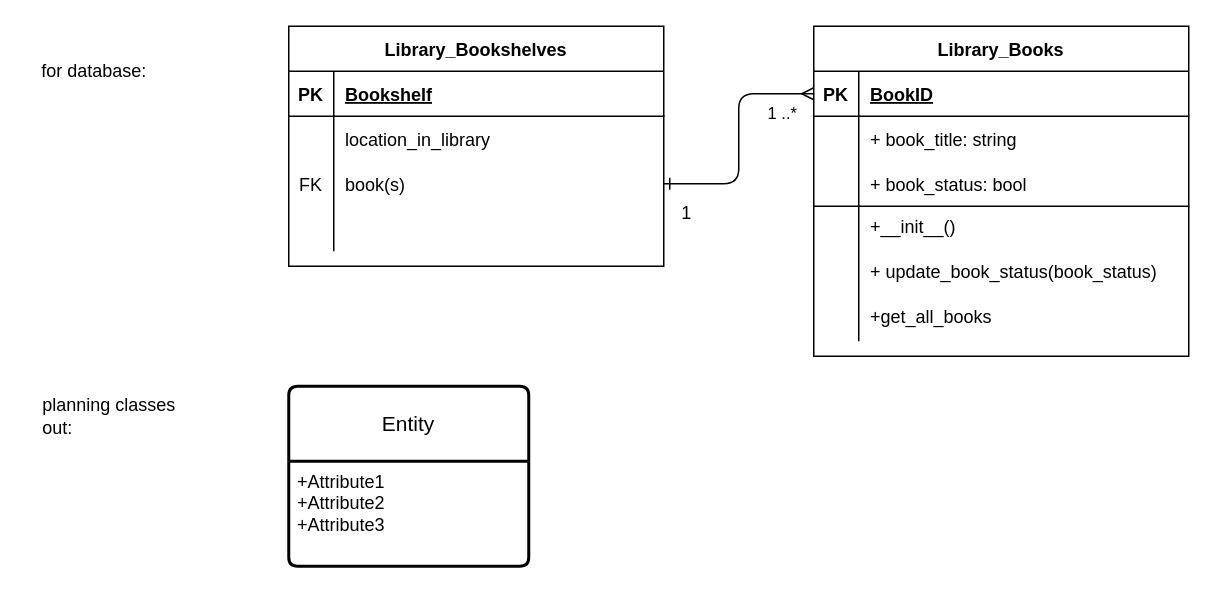
NotNanetteKaye/Week23-BEYONDFLEX keeps this draw.io diagram as GWC_autodesk/GWC.drawio. Above is the earlier version. Source tidied: cells renumbered, new cells numbered last; positions are measured from the earlier drawing's top-left corner, leaving out a move shared by most shapes. Both pictures are drawn from the tidied source at 150%, with x=0, y=0 at pixel (26, 26).
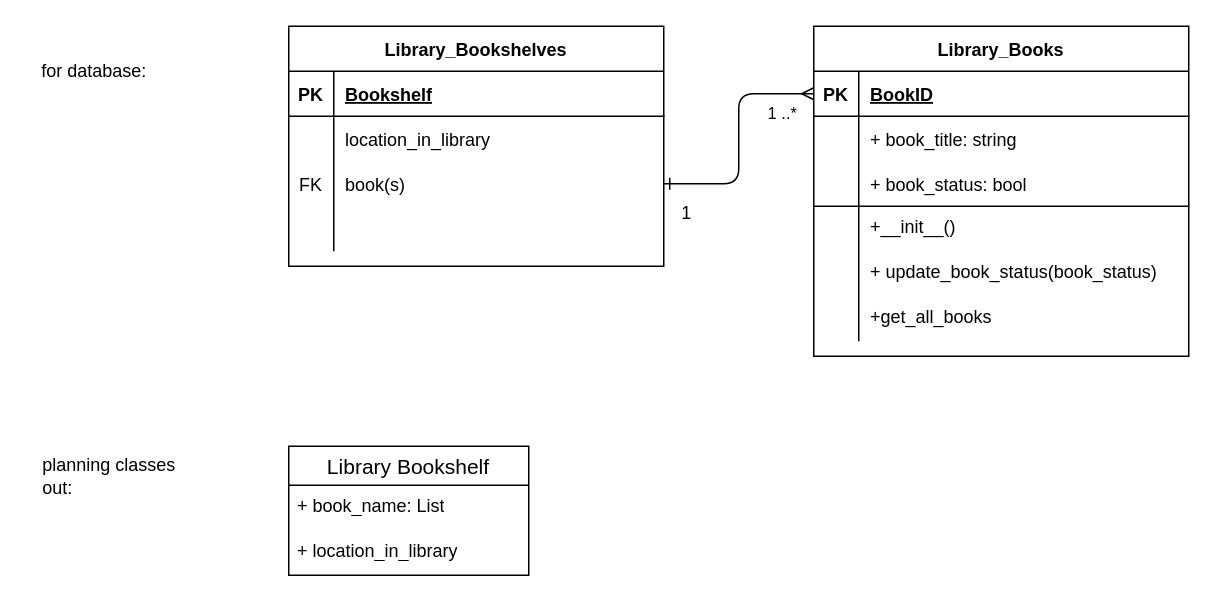
Above is the later version.

Commit message:
Created Library Bookshelf class

Diff of the diagram source:
```diff
@@
     <mxCell id="39" value="planning classes&lt;br&gt;&lt;div style=&quot;text-align: left;&quot;&gt;&lt;span style=&quot;background-color: initial;&quot;&gt;out:&lt;/span&gt;&lt;/div&gt;" style="text;html=1;align=center;verticalAlign=middle;strokeColor=none;fillColor=none;" parent="1" vertex="1">
-      <mxGeometry y="240" width="110" height="40" as="geometry" />
+      <mxGeometry y="280" width="110" height="40" as="geometry" />
     </mxCell>
-    <mxCell id="40" value="Entity" style="swimlane;horizontal=1;startSize=50;rounded=1;fontSize=14;fontStyle=0;strokeWidth=2;shadow=0;dashed=0;align=center;arcSize=4;whiteSpace=wrap;html=1;" parent="1" vertex="1">
-      <mxGeometry x="175" y="240" width="160" height="120" as="geometry" />
-    </mxCell>
-    <mxCell id="41" value="+Attribute1&#10;+Attribute2&#10;+Attribute3" style="align=left;strokeColor=none;fillColor=none;spacingLeft=4;fontSize=12;verticalAlign=top;html=1;" parent="40" vertex="1">
-      <mxGeometry y="50" width="160" height="70" as="geometry" />
-    </mxCell>
+    <mxCell id="42" value="Library Bookshelf" style="swimlane;fontStyle=0;horizontal=1;startSize=26;align=center;fontSize=14;" parent="1" vertex="1">
+      <mxGeometry x="175" y="280" width="160" height="86" as="geometry" />
+    </mxCell>
+    <mxCell id="43" value="+ book_name: List" style="text;strokeColor=none;fillColor=none;spacingLeft=4;spacingRight=4;overflow=hidden;fontSize=12;whiteSpace=wrap;html=1;" parent="42" vertex="1">
+      <mxGeometry y="26" width="160" height="30" as="geometry" />
+    </mxCell>
+    <mxCell id="44" value="+ location_in_library" style="text;strokeColor=none;fillColor=none;spacingLeft=4;spacingRight=4;overflow=hidden;fontSize=12;whiteSpace=wrap;html=1;" parent="42" vertex="1">
+      <mxGeometry y="56" width="160" height="30" as="geometry" />
+    </mxCell>
```
